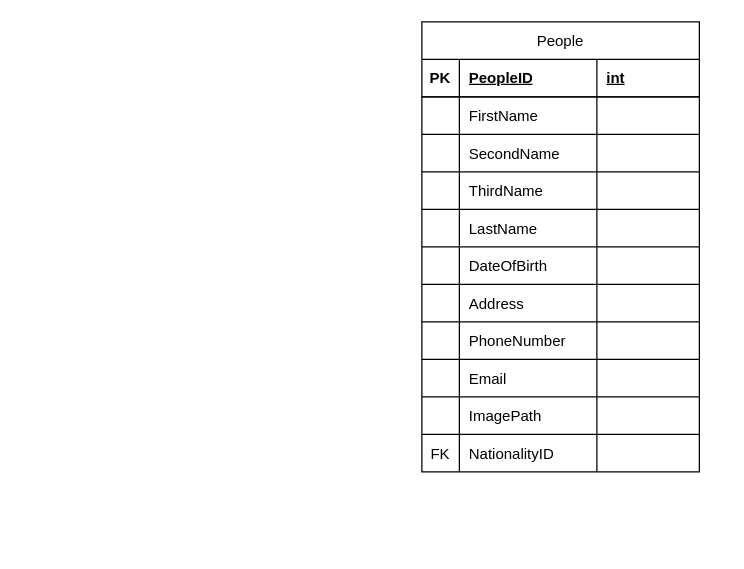
Before: Driving & Vehicle Licens Department Diagram .drawio in ali-talal-ibrahem/Driving-Vehicle-License-Department, a draw.io diagram. Source tidied: cells renumbered, new cells numbered last; positions are measured from the earlier drawing's top-left corner, leaving out a move shared by most shapes. Both pictures are drawn from the tidied source at 125%, with x=0, y=0 at pixel (421, 21).
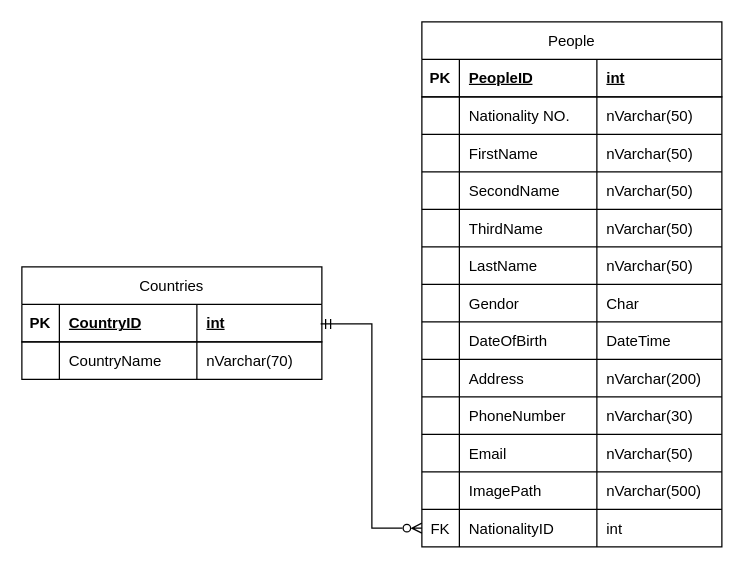
The same diagram, later.

Commit message:
Add the countries table while completing the people table

What changed in the source:
```diff
@@
     <mxCell id="2" value="People" style="shape=table;startSize=30;childLayout=tableLayout;fixedHeader=1;" parent="1" vertex="1">
-      <mxGeometry width="222" height="360" as="geometry" />
+      <mxGeometry width="240" height="420" as="geometry" />
     </mxCell>
     <mxCell id="3" style="shape=tableRow;horizontal=0;startSize=0;swimlaneHead=0;swimlaneBody=0;fillColor=none;top=0;left=0;right=0;bottom=1;" parent="2" vertex="1">
-      <mxGeometry y="30" width="222" height="30" as="geometry" />
+      <mxGeometry y="30" width="240" height="30" as="geometry" />
     </mxCell>
@@
     <mxCell id="6" value="int" style="shape=partialRectangle;fillColor=none;top=0;left=0;bottom=0;right=0;align=left;spacingLeft=6;fontStyle=5;overflow=hidden;whiteSpace=wrap;html=1;" parent="3" vertex="1">
-      <mxGeometry x="140" width="82" height="30" as="geometry" />
+      <mxGeometry x="140" width="100" height="30" as="geometry" />
     </mxCell>
+    <mxCell id="47" style="shape=tableRow;horizontal=0;startSize=0;swimlaneHead=0;swimlaneBody=0;fillColor=none;top=0;left=0;right=0;bottom=0;" parent="2" vertex="1">
+      <mxGeometry y="60" width="240" height="30" as="geometry" />
+    </mxCell>
+    <mxCell id="48" style="shape=partialRectangle;fillColor=none;top=0;left=0;bottom=0;right=0;overflow=hidden;" parent="47" vertex="1">
+      <mxGeometry width="30" height="30" as="geometry" />
+    </mxCell>
+    <mxCell id="49" value="Nationality NO." style="shape=partialRectangle;fillColor=none;top=0;left=0;bottom=0;right=0;align=left;spacingLeft=6;overflow=hidden;" parent="47" vertex="1">
+      <mxGeometry x="30" width="110" height="30" as="geometry" />
+    </mxCell>
+    <mxCell id="50" value="nVarchar(50)" style="shape=partialRectangle;fillColor=none;top=0;left=0;bottom=0;right=0;align=left;spacingLeft=6;overflow=hidden;" parent="47" vertex="1">
+      <mxGeometry x="140" width="100" height="30" as="geometry" />
+    </mxCell>
     <mxCell id="7" style="shape=tableRow;horizontal=0;startSize=0;swimlaneHead=0;swimlaneBody=0;fillColor=none;top=0;left=0;right=0;bottom=0;" parent="2" vertex="1">
-      <mxGeometry y="60" width="222" height="30" as="geometry" />
+      <mxGeometry y="90" width="240" height="30" as="geometry" />
     </mxCell>
@@
-    <mxCell id="10" style="shape=partialRectangle;fillColor=none;top=0;left=0;bottom=0;right=0;align=left;spacingLeft=6;overflow=hidden;" parent="7" vertex="1">
-      <mxGeometry x="140" width="82" height="30" as="geometry" />
+    <mxCell id="10" value="nVarchar(50)" style="shape=partialRectangle;fillColor=none;top=0;left=0;bottom=0;right=0;align=left;spacingLeft=6;overflow=hidden;" parent="7" vertex="1">
+      <mxGeometry x="140" width="100" height="30" as="geometry" />
     </mxCell>
     <mxCell id="11" style="shape=tableRow;horizontal=0;startSize=0;swimlaneHead=0;swimlaneBody=0;fillColor=none;top=0;left=0;right=0;bottom=0;" parent="2" vertex="1">
-      <mxGeometry y="90" width="222" height="30" as="geometry" />
+      <mxGeometry y="120" width="240" height="30" as="geometry" />
     </mxCell>
@@
-    <mxCell id="14" style="shape=partialRectangle;fillColor=none;top=0;left=0;bottom=0;right=0;align=left;spacingLeft=6;overflow=hidden;" parent="11" vertex="1">
-      <mxGeometry x="140" width="82" height="30" as="geometry" />
+    <mxCell id="14" value="nVarchar(50)" style="shape=partialRectangle;fillColor=none;top=0;left=0;bottom=0;right=0;align=left;spacingLeft=6;overflow=hidden;" parent="11" vertex="1">
+      <mxGeometry x="140" width="100" height="30" as="geometry" />
     </mxCell>
     <mxCell id="15" style="shape=tableRow;horizontal=0;startSize=0;swimlaneHead=0;swimlaneBody=0;fillColor=none;top=0;left=0;right=0;bottom=0;" parent="2" vertex="1">
-      <mxGeometry y="120" width="222" height="30" as="geometry" />
+      <mxGeometry y="150" width="240" height="30" as="geometry" />
     </mxCell>
@@
-    <mxCell id="18" style="shape=partialRectangle;fillColor=none;top=0;left=0;bottom=0;right=0;align=left;spacingLeft=6;overflow=hidden;" parent="15" vertex="1">
-      <mxGeometry x="140" width="82" height="30" as="geometry" />
+    <mxCell id="18" value="nVarchar(50)" style="shape=partialRectangle;fillColor=none;top=0;left=0;bottom=0;right=0;align=left;spacingLeft=6;overflow=hidden;" parent="15" vertex="1">
+      <mxGeometry x="140" width="100" height="30" as="geometry" />
     </mxCell>
     <mxCell id="19" style="shape=tableRow;horizontal=0;startSize=0;swimlaneHead=0;swimlaneBody=0;fillColor=none;top=0;left=0;right=0;bottom=0;" parent="2" vertex="1">
-      <mxGeometry y="150" width="222" height="30" as="geometry" />
+      <mxGeometry y="180" width="240" height="30" as="geometry" />
     </mxCell>
@@
-    <mxCell id="22" style="shape=partialRectangle;fillColor=none;top=0;left=0;bottom=0;right=0;align=left;spacingLeft=6;overflow=hidden;" parent="19" vertex="1">
-      <mxGeometry x="140" width="82" height="30" as="geometry" />
+    <mxCell id="22" value="nVarchar(50)" style="shape=partialRectangle;fillColor=none;top=0;left=0;bottom=0;right=0;align=left;spacingLeft=6;overflow=hidden;" parent="19" vertex="1">
+      <mxGeometry x="140" width="100" height="30" as="geometry" />
     </mxCell>
+    <mxCell id="51" style="shape=tableRow;horizontal=0;startSize=0;swimlaneHead=0;swimlaneBody=0;fillColor=none;top=0;left=0;right=0;bottom=0;" parent="2" vertex="1">
+      <mxGeometry y="210" width="240" height="30" as="geometry" />
+    </mxCell>
+    <mxCell id="52" style="shape=partialRectangle;fillColor=none;top=0;left=0;bottom=0;right=0;overflow=hidden;" parent="51" vertex="1">
+      <mxGeometry width="30" height="30" as="geometry" />
+    </mxCell>
+    <mxCell id="53" value="Gendor" style="shape=partialRectangle;fillColor=none;top=0;left=0;bottom=0;right=0;align=left;spacingLeft=6;overflow=hidden;" parent="51" vertex="1">
+      <mxGeometry x="30" width="110" height="30" as="geometry" />
+    </mxCell>
+    <mxCell id="54" value="Char" style="shape=partialRectangle;fillColor=none;top=0;left=0;bottom=0;right=0;align=left;spacingLeft=6;overflow=hidden;" parent="51" vertex="1">
+      <mxGeometry x="140" width="100" height="30" as="geometry" />
+    </mxCell>
     <mxCell id="23" style="shape=tableRow;horizontal=0;startSize=0;swimlaneHead=0;swimlaneBody=0;fillColor=none;top=0;left=0;right=0;bottom=0;" parent="2" vertex="1">
-      <mxGeometry y="180" width="222" height="30" as="geometry" />
+      <mxGeometry y="240" width="240" height="30" as="geometry" />
     </mxCell>
@@
-    <mxCell id="26" style="shape=partialRectangle;fillColor=none;top=0;left=0;bottom=0;right=0;align=left;spacingLeft=6;overflow=hidden;" parent="23" vertex="1">
-      <mxGeometry x="140" width="82" height="30" as="geometry" />
+    <mxCell id="26" value="DateTime" style="shape=partialRectangle;fillColor=none;top=0;left=0;bottom=0;right=0;align=left;spacingLeft=6;overflow=hidden;" parent="23" vertex="1">
+      <mxGeometry x="140" width="100" height="30" as="geometry" />
     </mxCell>
     <mxCell id="27" style="shape=tableRow;horizontal=0;startSize=0;swimlaneHead=0;swimlaneBody=0;fillColor=none;top=0;left=0;right=0;bottom=0;" parent="2" vertex="1">
-      <mxGeometry y="210" width="222" height="30" as="geometry" />
+      <mxGeometry y="270" width="240" height="30" as="geometry" />
     </mxCell>
@@
-    <mxCell id="30" style="shape=partialRectangle;fillColor=none;top=0;left=0;bottom=0;right=0;align=left;spacingLeft=6;overflow=hidden;" parent="27" vertex="1">
-      <mxGeometry x="140" width="82" height="30" as="geometry" />
+    <mxCell id="30" value="nVarchar(200)" style="shape=partialRectangle;fillColor=none;top=0;left=0;bottom=0;right=0;align=left;spacingLeft=6;overflow=hidden;" parent="27" vertex="1">
+      <mxGeometry x="140" width="100" height="30" as="geometry" />
     </mxCell>
     <mxCell id="31" style="shape=tableRow;horizontal=0;startSize=0;swimlaneHead=0;swimlaneBody=0;fillColor=none;top=0;left=0;right=0;bottom=0;" parent="2" vertex="1">
-      <mxGeometry y="240" width="222" height="30" as="geometry" />
+      <mxGeometry y="300" width="240" height="30" as="geometry" />
     </mxCell>
@@
-    <mxCell id="34" style="shape=partialRectangle;fillColor=none;top=0;left=0;bottom=0;right=0;align=left;spacingLeft=6;overflow=hidden;" parent="31" vertex="1">
-      <mxGeometry x="140" width="82" height="30" as="geometry" />
+    <mxCell id="34" value="nVarchar(30)" style="shape=partialRectangle;fillColor=none;top=0;left=0;bottom=0;right=0;align=left;spacingLeft=6;overflow=hidden;" parent="31" vertex="1">
+      <mxGeometry x="140" width="100" height="30" as="geometry" />
     </mxCell>
     <mxCell id="35" style="shape=tableRow;horizontal=0;startSize=0;swimlaneHead=0;swimlaneBody=0;fillColor=none;top=0;left=0;right=0;bottom=0;" parent="2" vertex="1">
-      <mxGeometry y="270" width="222" height="30" as="geometry" />
+      <mxGeometry y="330" width="240" height="30" as="geometry" />
     </mxCell>
@@
-    <mxCell id="38" style="shape=partialRectangle;fillColor=none;top=0;left=0;bottom=0;right=0;align=left;spacingLeft=6;overflow=hidden;" parent="35" vertex="1">
-      <mxGeometry x="140" width="82" height="30" as="geometry" />
+    <mxCell id="38" value="nVarchar(50)" style="shape=partialRectangle;fillColor=none;top=0;left=0;bottom=0;right=0;align=left;spacingLeft=6;overflow=hidden;" parent="35" vertex="1">
+      <mxGeometry x="140" width="100" height="30" as="geometry" />
     </mxCell>
     <mxCell id="39" style="shape=tableRow;horizontal=0;startSize=0;swimlaneHead=0;swimlaneBody=0;fillColor=none;top=0;left=0;right=0;bottom=0;" parent="2" vertex="1">
-      <mxGeometry y="300" width="222" height="30" as="geometry" />
+      <mxGeometry y="360" width="240" height="30" as="geometry" />
     </mxCell>
@@
-    <mxCell id="42" style="shape=partialRectangle;fillColor=none;top=0;left=0;bottom=0;right=0;align=left;spacingLeft=6;overflow=hidden;" parent="39" vertex="1">
-      <mxGeometry x="140" width="82" height="30" as="geometry" />
+    <mxCell id="42" value="nVarchar(500)" style="shape=partialRectangle;fillColor=none;top=0;left=0;bottom=0;right=0;align=left;spacingLeft=6;overflow=hidden;" parent="39" vertex="1">
+      <mxGeometry x="140" width="100" height="30" as="geometry" />
     </mxCell>
     <mxCell id="43" style="shape=tableRow;horizontal=0;startSize=0;swimlaneHead=0;swimlaneBody=0;fillColor=none;points=[[0,0.5],[1,0.5]];portConstraint=eastwest;top=0;left=0;right=0;bottom=0;" parent="2" vertex="1">
-      <mxGeometry y="330" width="222" height="30" as="geometry" />
+      <mxGeometry y="390" width="240" height="30" as="geometry" />
     </mxCell>
@@
-    <mxCell id="46" style="shape=partialRectangle;fillColor=none;top=0;left=0;bottom=0;right=0;align=left;spacingLeft=6;overflow=hidden;" parent="43" vertex="1">
-      <mxGeometry x="140" width="82" height="30" as="geometry" />
+    <mxCell id="46" value="int" style="shape=partialRectangle;fillColor=none;top=0;left=0;bottom=0;right=0;align=left;spacingLeft=6;overflow=hidden;" parent="43" vertex="1">
+      <mxGeometry x="140" width="100" height="30" as="geometry" />
     </mxCell>
+    <mxCell id="55" value="Countries" style="shape=table;startSize=30;childLayout=tableLayout;fixedHeader=1;" parent="1" vertex="1">
+      <mxGeometry x="-320" y="196" width="240" height="90" as="geometry" />
+    </mxCell>
+    <mxCell id="56" style="shape=tableRow;horizontal=0;startSize=0;swimlaneHead=0;swimlaneBody=0;fillColor=none;top=0;left=0;right=0;bottom=1;" parent="55" vertex="1">
+      <mxGeometry y="30" width="240" height="30" as="geometry" />
+    </mxCell>
+    <mxCell id="57" value="PK" style="shape=partialRectangle;fillColor=none;top=0;left=0;bottom=0;right=0;fontStyle=1;overflow=hidden;whiteSpace=wrap;html=1;" parent="56" vertex="1">
+      <mxGeometry width="30" height="30" as="geometry" />
+    </mxCell>
+    <mxCell id="58" value="CountryID" style="shape=partialRectangle;fillColor=none;top=0;left=0;bottom=0;right=0;align=left;spacingLeft=6;fontStyle=5;overflow=hidden;whiteSpace=wrap;html=1;" parent="56" vertex="1">
+      <mxGeometry x="30" width="110" height="30" as="geometry" />
+    </mxCell>
+    <mxCell id="59" value="int" style="shape=partialRectangle;fillColor=none;top=0;left=0;bottom=0;right=0;align=left;spacingLeft=6;fontStyle=5;overflow=hidden;whiteSpace=wrap;html=1;" parent="56" vertex="1">
+      <mxGeometry x="140" width="100" height="30" as="geometry" />
+    </mxCell>
+    <mxCell id="60" style="shape=tableRow;horizontal=0;startSize=0;swimlaneHead=0;swimlaneBody=0;fillColor=none;top=0;left=0;right=0;bottom=0;" parent="55" vertex="1">
+      <mxGeometry y="60" width="240" height="30" as="geometry" />
+    </mxCell>
+    <mxCell id="61" style="shape=partialRectangle;fillColor=none;top=0;left=0;bottom=0;right=0;overflow=hidden;" parent="60" vertex="1">
+      <mxGeometry width="30" height="30" as="geometry" />
+    </mxCell>
+    <mxCell id="62" value="CountryName" style="shape=partialRectangle;fillColor=none;top=0;left=0;bottom=0;right=0;align=left;spacingLeft=6;overflow=hidden;" parent="60" vertex="1">
+      <mxGeometry x="30" width="110" height="30" as="geometry" />
+    </mxCell>
+    <mxCell id="63" value="nVarchar(70)" style="shape=partialRectangle;fillColor=none;top=0;left=0;bottom=0;right=0;align=left;spacingLeft=6;overflow=hidden;" parent="60" vertex="1">
+      <mxGeometry x="140" width="100" height="30" as="geometry" />
+    </mxCell>
+    <mxCell id="64" style="edgeStyle=orthogonalEdgeStyle;rounded=0;jettySize=auto;html=1;exitX=0;exitY=0.5;exitDx=0;exitDy=0;endArrow=ERmandOne;endFill=0;startArrow=ERzeroToMany;startFill=0;entryX=0.996;entryY=0.354;entryDx=0;entryDy=0;entryPerimeter=0;" parent="1" edge="1" source="43">
+      <mxGeometry relative="1" as="geometry">
+        <mxPoint x="-81" y="241.6" as="targetPoint" />
+        <Array as="points">
+          <mxPoint x="-40" y="405" />
+          <mxPoint x="-40" y="241.6" />
+        </Array>
+      </mxGeometry>
+    </mxCell>
```
